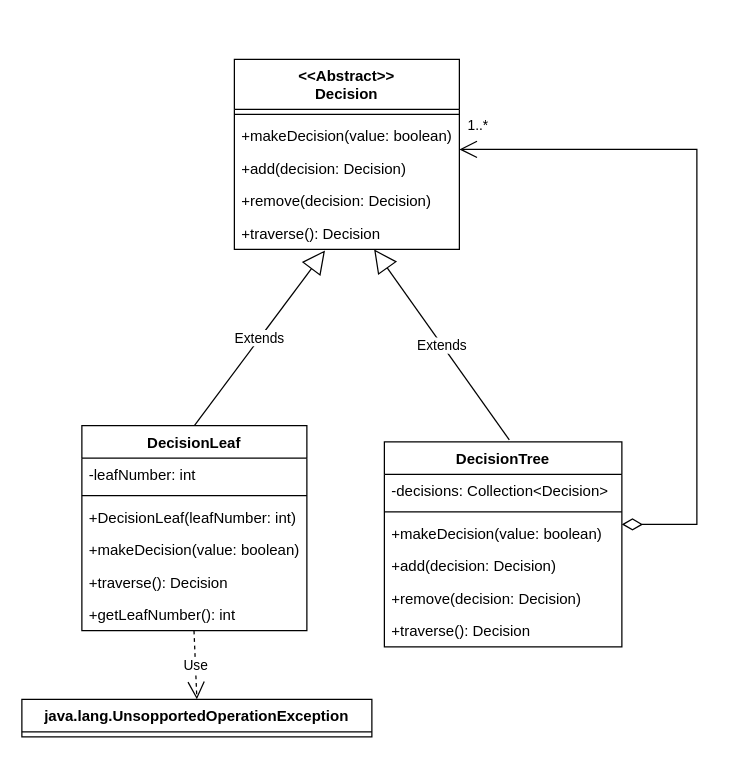
Before: log/diagrams/UML/Raffaele/Secondo sprint - tasks.drawio in weiss25r/Progetto-ISS-2022-2023, a draw.io diagram. Source tidied: cells renumbered, new cells numbered last; positions are measured from the earlier drawing's top-left corner, leaving out a move shared by most shapes. Both pictures are drawn from the tidied source at 125%, with x=0, y=0 at pixel (21, 59).
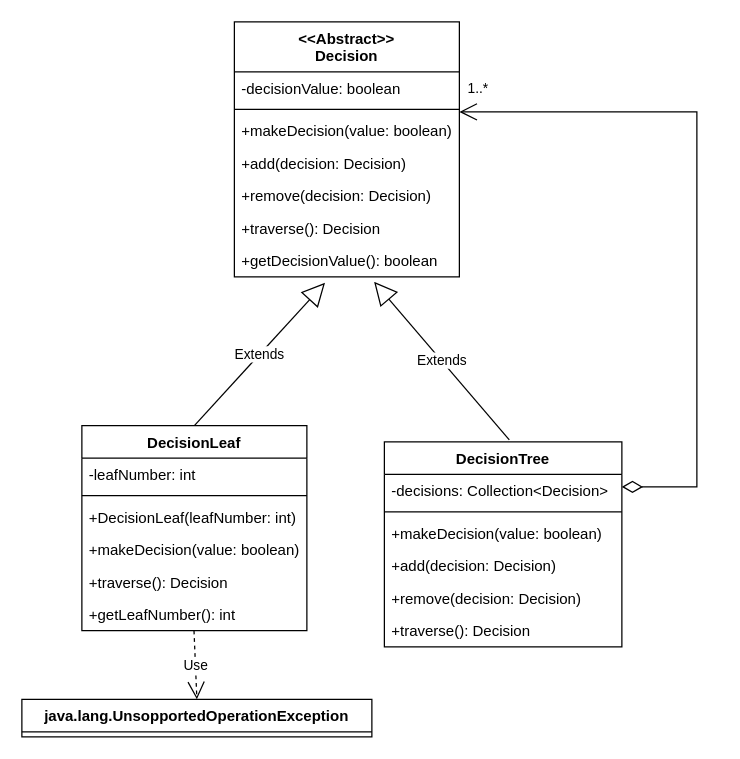
After the change.

The change refers to these unchanged cells:
```xml
<mxCell id="8" value="DecisionLeaf" style="swimlane;fontStyle=1;align=center;verticalAlign=top;horizontal=1;startSize=26;" parent="1" vertex="1">
  <mxGeometry x="48" y="293" width="180" height="164" as="geometry" />
</mxCell>
<mxCell id="15" value="DecisionTree" style="swimlane;fontStyle=1;align=center;verticalAlign=top;horizontal=1;startSize=26;" parent="1" vertex="1">
  <mxGeometry x="290" y="306" width="190" height="164" as="geometry" />
</mxCell>
```

What changed in the source:
```diff
@@
     <mxCell id="2" value="&lt;&lt;Abstract&gt;&gt;&#10;Decision&#10;" style="swimlane;fontStyle=1;align=center;verticalAlign=top;horizontal=1;startSize=40;" parent="1" vertex="1">
-      <mxGeometry x="170" width="180" height="152" as="geometry" />
+      <mxGeometry x="170" y="-30" width="180" height="204" as="geometry" />
     </mxCell>
+    <mxCell id="27" value="-decisionValue: boolean" style="text;strokeColor=none;fillColor=none;align=left;verticalAlign=top;spacingLeft=4;spacingRight=4;overflow=hidden;" parent="2" vertex="1">
+      <mxGeometry y="40" width="180" height="26" as="geometry" />
+    </mxCell>
     <mxCell id="3" style="line;strokeWidth=1;fillColor=none;align=left;verticalAlign=middle;spacingTop=-1;spacingLeft=3;spacingRight=3;labelPosition=right;strokeColor=inherit;" parent="2" vertex="1">
-      <mxGeometry y="40" width="180" height="8" as="geometry" />
+      <mxGeometry y="66" width="180" height="8" as="geometry" />
     </mxCell>
     <mxCell id="4" value="+makeDecision(value: boolean)" style="text;strokeColor=none;fillColor=none;align=left;verticalAlign=top;spacingLeft=4;spacingRight=4;overflow=hidden;" parent="2" vertex="1">
-      <mxGeometry y="48" width="180" height="26" as="geometry" />
+      <mxGeometry y="74" width="180" height="26" as="geometry" />
     </mxCell>
     <mxCell id="5" value="+add(decision: Decision)" style="text;strokeColor=none;fillColor=none;align=left;verticalAlign=top;spacingLeft=4;spacingRight=4;overflow=hidden;" parent="2" vertex="1">
-      <mxGeometry y="74" width="180" height="26" as="geometry" />
+      <mxGeometry y="100" width="180" height="26" as="geometry" />
     </mxCell>
     <mxCell id="6" value="+remove(decision: Decision)" style="text;strokeColor=none;fillColor=none;align=left;verticalAlign=top;spacingLeft=4;spacingRight=4;overflow=hidden;" parent="2" vertex="1">
-      <mxGeometry y="100" width="180" height="26" as="geometry" />
+      <mxGeometry y="126" width="180" height="26" as="geometry" />
     </mxCell>
     <mxCell id="7" value="+traverse(): Decision" style="text;strokeColor=none;fillColor=none;align=left;verticalAlign=top;spacingLeft=4;spacingRight=4;overflow=hidden;points=[[0,0.5],[1,0.5]];portConstraint=eastwest;" parent="2" vertex="1">
-      <mxGeometry y="126" width="180" height="26" as="geometry" />
+      <mxGeometry y="152" width="180" height="26" as="geometry" />
     </mxCell>
+    <mxCell id="28" value="+getDecisionValue(): boolean" style="text;strokeColor=none;fillColor=none;align=left;verticalAlign=top;spacingLeft=4;spacingRight=4;overflow=hidden;" parent="2" vertex="1">
+      <mxGeometry y="178" width="180" height="26" as="geometry" />
+    </mxCell>
@@
     <mxCell id="22" value="1..*" style="endArrow=open;html=1;endSize=12;startArrow=diamondThin;startSize=14;startFill=0;edgeStyle=orthogonalEdgeStyle;align=left;verticalAlign=bottom;rounded=0;" parent="1" edge="1">
       <mxGeometry x="0.98" y="-10" relative="1" as="geometry">
-        <mxPoint x="480" y="372" as="sourcePoint" />
-        <mxPoint x="350" y="72" as="targetPoint" />
+        <mxPoint x="480" y="342" as="sourcePoint" />
+        <mxPoint x="350" y="42" as="targetPoint" />
         <Array as="points">
-          <mxPoint x="540" y="372" />
-          <mxPoint x="540" y="72" />
+          <mxPoint x="540" y="342" />
+          <mxPoint x="540" y="42" />
         </Array>
       </mxGeometry>
     </mxCell>
-    <mxCell id="23" value="Extends" style="endArrow=block;endSize=16;endFill=0;html=1;rounded=0;exitX=0.5;exitY=0;exitDx=0;exitDy=0;entryX=0.403;entryY=1.031;entryDx=0;entryDy=0;entryPerimeter=0;" parent="1" edge="1" source="8" target="7">
-      <mxGeometry relative="1" as="geometry" />
+    <mxCell id="23" value="Extends" style="endArrow=block;endSize=16;endFill=0;html=1;rounded=0;exitX=0.5;exitY=0;exitDx=0;exitDy=0;entryX=0.403;entryY=1.031;entryDx=0;entryDy=0;entryPerimeter=0;" parent="1" edge="1" source="8">
+      <mxGeometry relative="1" as="geometry">
+        <mxPoint x="242.5" y="178.8" as="targetPoint" />
+      </mxGeometry>
     </mxCell>
-    <mxCell id="24" value="Extends" style="endArrow=block;endSize=16;endFill=0;html=1;rounded=0;entryX=0.621;entryY=1;entryDx=0;entryDy=0;entryPerimeter=0;exitX=0.526;exitY=-0.01;exitDx=0;exitDy=0;exitPerimeter=0;" parent="1" edge="1" source="15" target="7">
-      <mxGeometry relative="1" as="geometry" />
+    <mxCell id="24" value="Extends" style="endArrow=block;endSize=16;endFill=0;html=1;rounded=0;entryX=0.621;entryY=1;entryDx=0;entryDy=0;entryPerimeter=0;exitX=0.526;exitY=-0.01;exitDx=0;exitDy=0;exitPerimeter=0;" parent="1" edge="1" source="15">
+      <mxGeometry relative="1" as="geometry">
+        <mxPoint x="281.8" y="178" as="targetPoint" />
+      </mxGeometry>
     </mxCell>
```
